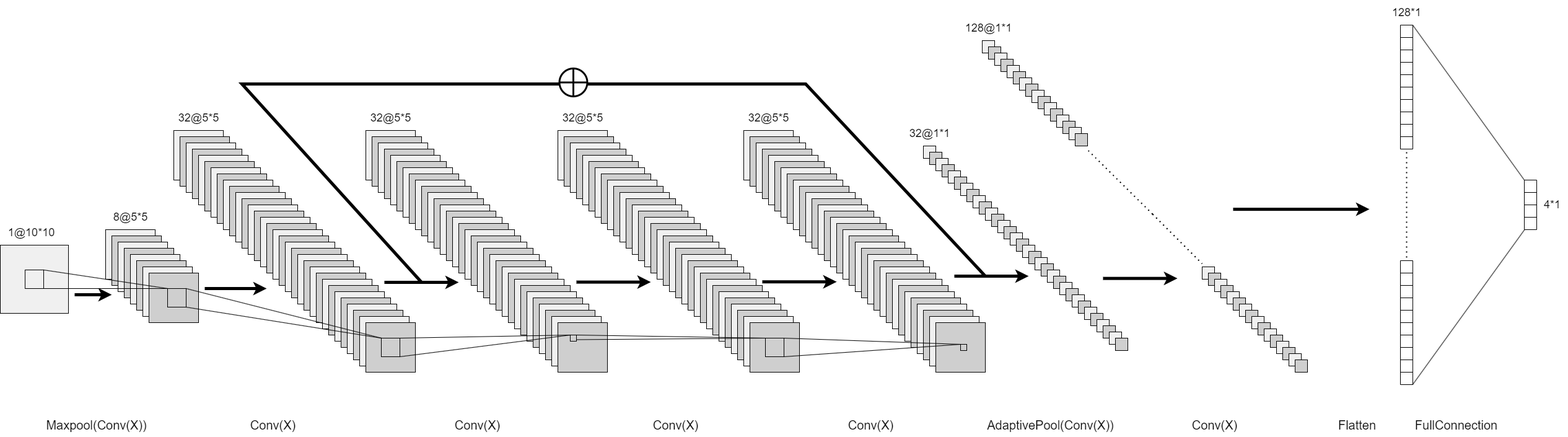
Purer-lyk/network_pic keeps this draw.io diagram as cnn.drawio.png. Above is the earlier version. Source tidied: cells renumbered, new cells last; positions are measured from the earlier drawing's top-left corner, leaving out a move shared by most shapes.
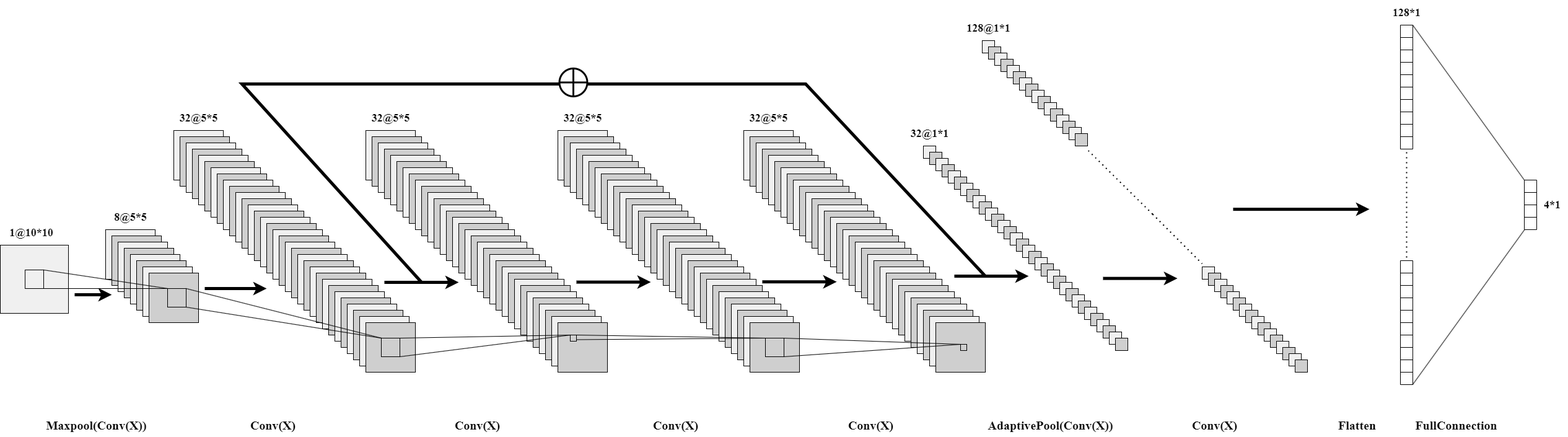
The same diagram one commit later.

The edit, as a diff of the source:
```diff
@@ -616,29 +616,29 @@
         <mxPoint x="1940" y="425" as="targetPoint" />
       </mxGeometry>
     </mxCell>
-    <mxCell id="205" value="&lt;font style=&quot;font-size: 18px;&quot;&gt;1@10*10&lt;/font&gt;" style="text;html=1;align=center;verticalAlign=middle;strokeColor=none;fillColor=none;" parent="1" vertex="1">
-      <mxGeometry y="355" width="100" height="40" as="geometry" />
+    <mxCell id="205" value="&lt;font face=&quot;Times New Roman&quot; style=&quot;font-size: 18px;&quot;&gt;&lt;b&gt;1@10*10&lt;/b&gt;&lt;/font&gt;" style="text;html=1;align=center;verticalAlign=middle;strokeColor=none;fillColor=none;" parent="1" vertex="1">
+      <mxGeometry x="5" y="355" width="90" height="40" as="geometry" />
     </mxCell>
-    <mxCell id="206" value="&lt;font style=&quot;font-size: 18px;&quot;&gt;8@5*5&lt;/font&gt;" style="text;html=1;align=center;verticalAlign=middle;strokeColor=none;fillColor=none;" parent="1" vertex="1">
+    <mxCell id="206" value="&lt;font face=&quot;Times New Roman&quot; style=&quot;font-size: 18px;&quot;&gt;&lt;b&gt;8@5*5&lt;/b&gt;&lt;/font&gt;" style="text;html=1;align=center;verticalAlign=middle;strokeColor=none;fillColor=none;" parent="1" vertex="1">
       <mxGeometry x="170" y="330" width="80" height="40" as="geometry" />
     </mxCell>
-    <mxCell id="207" value="&lt;font style=&quot;font-size: 18px;&quot;&gt;32@5*5&lt;/font&gt;" style="text;html=1;align=center;verticalAlign=middle;strokeColor=none;fillColor=none;" parent="1" vertex="1">
+    <mxCell id="207" value="&lt;font face=&quot;Times New Roman&quot; style=&quot;font-size: 18px;&quot;&gt;&lt;b&gt;32@5*5&lt;/b&gt;&lt;/font&gt;" style="text;html=1;align=center;verticalAlign=middle;strokeColor=none;fillColor=none;" parent="1" vertex="1">
       <mxGeometry x="275" y="170" width="90" height="40" as="geometry" />
     </mxCell>
-    <mxCell id="208" value="&lt;font style=&quot;font-size: 18px;&quot;&gt;32@5*5&lt;/font&gt;" style="text;html=1;align=center;verticalAlign=middle;strokeColor=none;fillColor=none;" parent="1" vertex="1">
+    <mxCell id="208" value="&lt;font face=&quot;Times New Roman&quot; style=&quot;font-size: 18px;&quot;&gt;&lt;b&gt;32@5*5&lt;/b&gt;&lt;/font&gt;" style="text;html=1;align=center;verticalAlign=middle;strokeColor=none;fillColor=none;" parent="1" vertex="1">
       <mxGeometry x="585" y="170" width="90" height="40" as="geometry" />
     </mxCell>
-    <mxCell id="209" value="&lt;font style=&quot;font-size: 18px;&quot;&gt;32@5*5&lt;/font&gt;" style="text;html=1;align=center;verticalAlign=middle;strokeColor=none;fillColor=none;" parent="1" vertex="1">
+    <mxCell id="209" value="&lt;font face=&quot;Times New Roman&quot; style=&quot;font-size: 18px;&quot;&gt;&lt;b&gt;32@5*5&lt;/b&gt;&lt;/font&gt;" style="text;html=1;align=center;verticalAlign=middle;strokeColor=none;fillColor=none;" parent="1" vertex="1">
       <mxGeometry x="895" y="170" width="90" height="40" as="geometry" />
     </mxCell>
-    <mxCell id="210" value="&lt;font style=&quot;font-size: 18px;&quot;&gt;32@5*5&lt;/font&gt;" style="text;html=1;align=center;verticalAlign=middle;strokeColor=none;fillColor=none;" parent="1" vertex="1">
+    <mxCell id="210" value="&lt;font face=&quot;Times New Roman&quot; style=&quot;font-size: 18px;&quot;&gt;&lt;b&gt;32@5*5&lt;/b&gt;&lt;/font&gt;" style="text;html=1;align=center;verticalAlign=middle;strokeColor=none;fillColor=none;" parent="1" vertex="1">
       <mxGeometry x="1195" y="170" width="90" height="40" as="geometry" />
     </mxCell>
-    <mxCell id="211" value="&lt;font style=&quot;font-size: 18px;&quot;&gt;32@1*1&lt;/font&gt;" style="text;html=1;align=center;verticalAlign=middle;strokeColor=none;fillColor=none;" parent="1" vertex="1">
+    <mxCell id="211" value="&lt;font face=&quot;Times New Roman&quot; style=&quot;font-size: 18px;&quot;&gt;&lt;b&gt;32@1*1&lt;/b&gt;&lt;/font&gt;" style="text;html=1;align=center;verticalAlign=middle;strokeColor=none;fillColor=none;" parent="1" vertex="1">
       <mxGeometry x="1455" y="195" width="90" height="40" as="geometry" />
     </mxCell>
-    <mxCell id="212" value="&lt;font style=&quot;font-size: 18px;&quot;&gt;128@1*1&lt;/font&gt;" style="text;html=1;align=center;verticalAlign=middle;strokeColor=none;fillColor=none;" parent="1" vertex="1">
-      <mxGeometry x="1545" y="25" width="100" height="40" as="geometry" />
+    <mxCell id="212" value="&lt;font face=&quot;Times New Roman&quot; style=&quot;font-size: 18px;&quot;&gt;&lt;b&gt;128@1*1&lt;/b&gt;&lt;/font&gt;" style="text;html=1;align=center;verticalAlign=middle;strokeColor=none;fillColor=none;" parent="1" vertex="1">
+      <mxGeometry x="1550" y="25" width="90" height="40" as="geometry" />
     </mxCell>
     <mxCell id="213" style="shape=table;startSize=0;fontSize=16;" parent="1" vertex="1">
       <mxGeometry x="2260" y="40" width="20" height="200" as="geometry" />
@@ -847,22 +847,22 @@
     <mxCell id="280" style="endArrow=none;html=1;rounded=0;exitX=1;exitY=1;exitDx=0;exitDy=0;entryX=0;entryY=0;entryDx=0;entryDy=0;" parent="1" edge="1" source="271" target="272">
       <mxGeometry relative="1" as="geometry" />
     </mxCell>
-    <mxCell id="281" value="&lt;font style=&quot;font-size: 20px;&quot;&gt;Maxpool(Conv(X))&lt;/font&gt;" style="text;html=1;align=center;verticalAlign=middle;strokeColor=none;fillColor=none;" parent="1" vertex="1">
+    <mxCell id="281" value="&lt;font face=&quot;Times New Roman&quot; style=&quot;font-size: 20px;&quot;&gt;&lt;b&gt;Maxpool(Conv(X))&lt;/b&gt;&lt;/font&gt;" style="text;html=1;align=center;verticalAlign=middle;strokeColor=none;fillColor=none;" parent="1" vertex="1">
       <mxGeometry x="60" y="665" width="190" height="40" as="geometry" />
     </mxCell>
-    <mxCell id="282" value="&lt;font style=&quot;font-size: 20px;&quot;&gt;Conv(X)&lt;br&gt;&lt;/font&gt;" style="text;html=1;align=center;verticalAlign=middle;strokeColor=none;fillColor=none;" parent="1" vertex="1">
+    <mxCell id="282" value="&lt;font style=&quot;font-size: 20px;&quot;&gt;&lt;b&gt;&lt;font face=&quot;Times New Roman&quot;&gt;Conv(X)&lt;/font&gt;&lt;/b&gt;&lt;br&gt;&lt;/font&gt;" style="text;html=1;align=center;verticalAlign=middle;strokeColor=none;fillColor=none;" parent="1" vertex="1">
       <mxGeometry x="390" y="665" width="100" height="40" as="geometry" />
     </mxCell>
-    <mxCell id="283" value="&lt;font style=&quot;font-size: 20px;&quot;&gt;Conv(X)&lt;br&gt;&lt;/font&gt;" style="text;html=1;align=center;verticalAlign=middle;strokeColor=none;fillColor=none;" parent="1" vertex="1">
+    <mxCell id="283" value="&lt;font style=&quot;font-size: 20px;&quot;&gt;&lt;b&gt;&lt;font face=&quot;Times New Roman&quot;&gt;Conv(X)&lt;/font&gt;&lt;/b&gt;&lt;br&gt;&lt;/font&gt;" style="text;html=1;align=center;verticalAlign=middle;strokeColor=none;fillColor=none;" parent="1" vertex="1">
       <mxGeometry x="720" y="665" width="100" height="40" as="geometry" />
     </mxCell>
-    <mxCell id="284" value="&lt;font style=&quot;font-size: 20px;&quot;&gt;Conv(X)&lt;br&gt;&lt;/font&gt;" style="text;html=1;align=center;verticalAlign=middle;strokeColor=none;fillColor=none;" parent="1" vertex="1">
+    <mxCell id="284" value="&lt;font style=&quot;font-size: 20px;&quot;&gt;&lt;b&gt;&lt;font face=&quot;Times New Roman&quot;&gt;Conv(X)&lt;/font&gt;&lt;/b&gt;&lt;br&gt;&lt;/font&gt;" style="text;html=1;align=center;verticalAlign=middle;strokeColor=none;fillColor=none;" parent="1" vertex="1">
       <mxGeometry x="1040" y="665" width="100" height="40" as="geometry" />
     </mxCell>
-    <mxCell id="285" value="&lt;font style=&quot;font-size: 20px;&quot;&gt;Conv(X)&lt;br&gt;&lt;/font&gt;" style="text;html=1;align=center;verticalAlign=middle;strokeColor=none;fillColor=none;" parent="1" vertex="1">
+    <mxCell id="285" value="&lt;font style=&quot;font-size: 20px;&quot;&gt;&lt;b&gt;&lt;font face=&quot;Times New Roman&quot;&gt;Conv(X)&lt;/font&gt;&lt;/b&gt;&lt;br&gt;&lt;/font&gt;" style="text;html=1;align=center;verticalAlign=middle;strokeColor=none;fillColor=none;" parent="1" vertex="1">
       <mxGeometry x="1355" y="665" width="100" height="40" as="geometry" />
     </mxCell>
-    <mxCell id="286" value="&lt;font style=&quot;font-size: 20px;&quot;&gt;AdaptivePool(Conv(X))&lt;br&gt;&lt;/font&gt;" style="text;html=1;align=center;verticalAlign=middle;strokeColor=none;fillColor=none;" parent="1" vertex="1">
+    <mxCell id="286" value="&lt;font style=&quot;font-size: 20px;&quot;&gt;&lt;b&gt;&lt;font face=&quot;Times New Roman&quot;&gt;AdaptivePool(Conv(X))&lt;/font&gt;&lt;/b&gt;&lt;br&gt;&lt;/font&gt;" style="text;html=1;align=center;verticalAlign=middle;strokeColor=none;fillColor=none;" parent="1" vertex="1">
       <mxGeometry x="1580" y="665" width="230" height="40" as="geometry" />
     </mxCell>
     <mxCell id="287" style="endArrow=classic;html=1;rounded=0;strokeWidth=5;" parent="1" edge="1">
@@ -917,7 +917,7 @@
         </Array>
       </mxGeometry>
     </mxCell>
-    <mxCell id="295" value="&lt;font style=&quot;font-size: 20px;&quot;&gt;Conv(X)&lt;br&gt;&lt;/font&gt;" style="text;html=1;align=center;verticalAlign=middle;strokeColor=none;fillColor=none;" parent="1" vertex="1">
+    <mxCell id="295" value="&lt;font style=&quot;font-size: 20px;&quot;&gt;&lt;b&gt;&lt;font face=&quot;Times New Roman&quot;&gt;Conv(X)&lt;/font&gt;&lt;/b&gt;&lt;br&gt;&lt;/font&gt;" style="text;html=1;align=center;verticalAlign=middle;strokeColor=none;fillColor=none;" parent="1" vertex="1">
       <mxGeometry x="1910" y="665" width="100" height="40" as="geometry" />
     </mxCell>
     <mxCell id="296" style="endArrow=classic;html=1;rounded=0;strokeWidth=5;" parent="1" edge="1">
@@ -926,7 +926,7 @@
         <mxPoint x="2210" y="337.1" as="targetPoint" />
       </mxGeometry>
     </mxCell>
-    <mxCell id="297" value="&lt;font style=&quot;font-size: 20px;&quot;&gt;Flatten&lt;/font&gt;" style="text;html=1;align=center;verticalAlign=middle;strokeColor=none;fillColor=none;" parent="1" vertex="1">
+    <mxCell id="297" value="&lt;font face=&quot;Times New Roman&quot; style=&quot;font-size: 20px;&quot;&gt;&lt;b&gt;Flatten&lt;/b&gt;&lt;/font&gt;" style="text;html=1;align=center;verticalAlign=middle;strokeColor=none;fillColor=none;" parent="1" vertex="1">
       <mxGeometry x="2150" y="665" width="80" height="40" as="geometry" />
     </mxCell>
     <mxCell id="298" style="endArrow=none;html=1;rounded=0;exitX=0.992;exitY=-0.003;exitDx=0;exitDy=0;exitPerimeter=0;entryX=0;entryY=0;entryDx=0;entryDy=0;" parent="1" edge="1" source="214" target="256">
@@ -935,13 +935,13 @@
     <mxCell id="299" style="endArrow=none;html=1;rounded=0;exitX=0.99;exitY=0.998;exitDx=0;exitDy=0;exitPerimeter=0;entryX=0.012;entryY=1.012;entryDx=0;entryDy=0;entryPerimeter=0;" parent="1" edge="1" source="253" target="263">
       <mxGeometry relative="1" as="geometry" />
     </mxCell>
-    <mxCell id="300" value="&lt;font style=&quot;font-size: 20px;&quot;&gt;FullConnection&lt;/font&gt;" style="text;html=1;align=center;verticalAlign=middle;strokeColor=none;fillColor=none;" parent="1" vertex="1">
+    <mxCell id="300" value="&lt;font face=&quot;Times New Roman&quot; style=&quot;font-size: 20px;&quot;&gt;&lt;b&gt;FullConnection&lt;/b&gt;&lt;/font&gt;" style="text;html=1;align=center;verticalAlign=middle;strokeColor=none;fillColor=none;" parent="1" vertex="1">
       <mxGeometry x="2270" y="665" width="160" height="40" as="geometry" />
     </mxCell>
-    <mxCell id="301" value="&lt;font style=&quot;font-size: 18px;&quot;&gt;128*1&lt;/font&gt;" style="text;html=1;align=center;verticalAlign=middle;strokeColor=none;fillColor=none;" parent="1" vertex="1">
+    <mxCell id="301" value="&lt;font face=&quot;Times New Roman&quot; style=&quot;font-size: 18px;&quot;&gt;&lt;b&gt;128*1&lt;/b&gt;&lt;/font&gt;" style="text;html=1;align=center;verticalAlign=middle;strokeColor=none;fillColor=none;" parent="1" vertex="1">
       <mxGeometry x="2235" width="70" height="40" as="geometry" />
     </mxCell>
-    <mxCell id="302" value="&lt;font style=&quot;font-size: 18px;&quot;&gt;4*1&lt;/font&gt;" style="text;html=1;align=center;verticalAlign=middle;strokeColor=none;fillColor=none;" parent="1" vertex="1">
+    <mxCell id="302" value="&lt;font face=&quot;Times New Roman&quot; style=&quot;font-size: 18px;&quot;&gt;&lt;b&gt;4*1&lt;/b&gt;&lt;/font&gt;" style="text;html=1;align=center;verticalAlign=middle;strokeColor=none;fillColor=none;" parent="1" vertex="1">
       <mxGeometry x="2480" y="310" width="50" height="40" as="geometry" />
     </mxCell>
     <mxCell id="303" style="verticalLabelPosition=bottom;verticalAlign=top;html=1;shape=mxgraph.flowchart.summing_function;strokeWidth=3;" parent="1" vertex="1">
```
